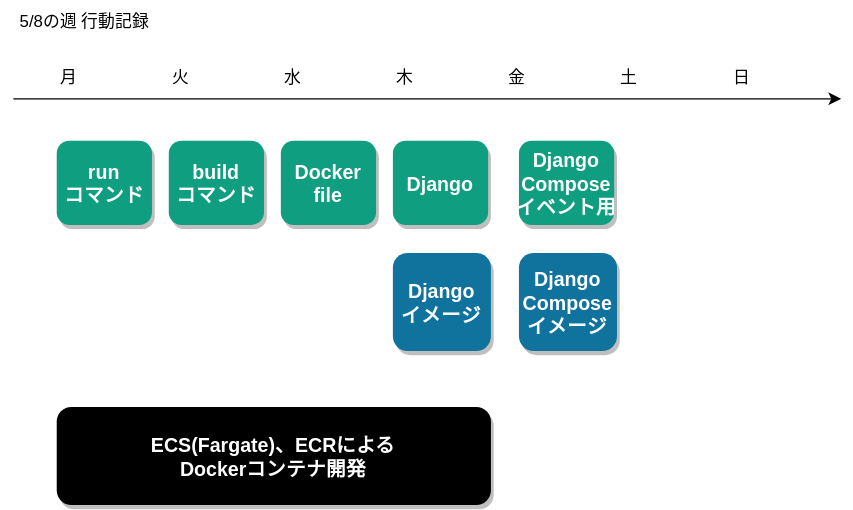
Above: 人生設計-20230508.drawio.svg in minegishirei/draw_v1 (draw.io), before the change. Source tidied: cells renumbered, new cells last; positions are measured from the earlier drawing's top-left corner, leaving out a move shared by most shapes.
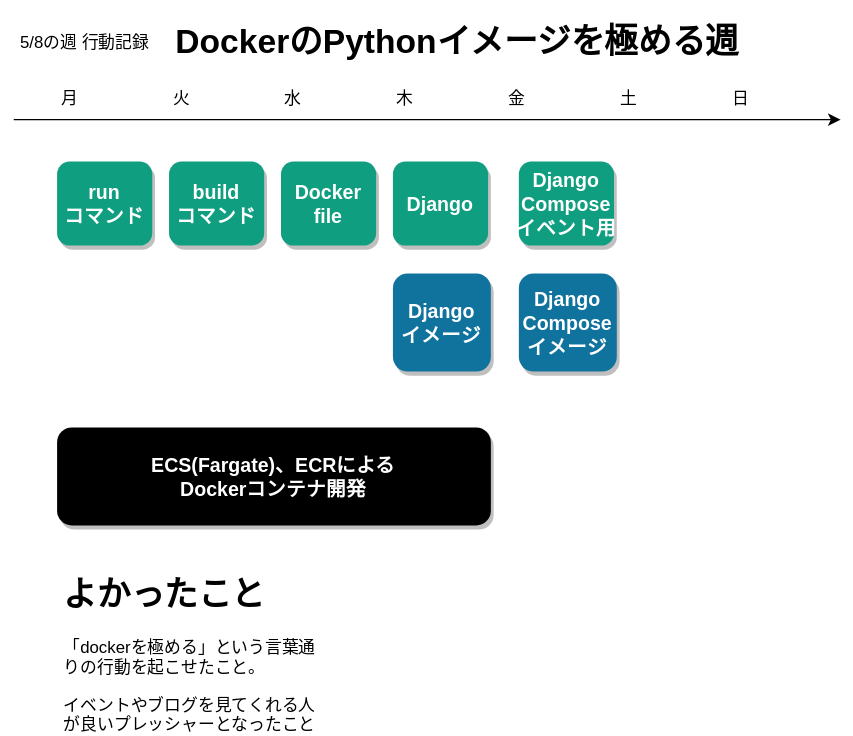
The same file after the commit.

Commit message:
人生設計-20230508.drawio.svg を追加しました。

What changed in the source:
```diff
@@ -56,5 +56,11 @@
     <mxCell id="18" value="5/8の週 行動記録" style="text;html=1;strokeColor=none;fillColor=none;align=center;verticalAlign=middle;whiteSpace=wrap;rounded=0;" parent="1" vertex="1">
       <mxGeometry width="120" height="30" as="geometry" />
     </mxCell>
+    <mxCell id="19" value="&lt;h1&gt;よかったこと&lt;/h1&gt;&lt;p&gt;「dockerを極める」という言葉通りの行動を起こせたこと。&lt;/p&gt;&lt;p&gt;イベントやブログを見てくれる人が良いプレッシャーとなったこと&lt;/p&gt;&lt;p&gt;&lt;br&gt;&lt;/p&gt;" style="text;html=1;strokeColor=none;fillColor=none;spacing=5;spacingTop=-20;whiteSpace=wrap;overflow=hidden;rounded=0;" parent="1" vertex="1">
+      <mxGeometry x="40" y="390" width="190" height="120" as="geometry" />
+    </mxCell>
+    <mxCell id="20" value="&lt;h1&gt;DockerのPythonイメージを極める週&lt;/h1&gt;" style="text;html=1;strokeColor=none;fillColor=none;spacing=5;spacingTop=-20;whiteSpace=wrap;overflow=hidden;rounded=0;" parent="1" vertex="1">
+      <mxGeometry x="120" y="-5" width="430" height="40" as="geometry" />
+    </mxCell>
   </root>
 </mxGraphModel>
```
